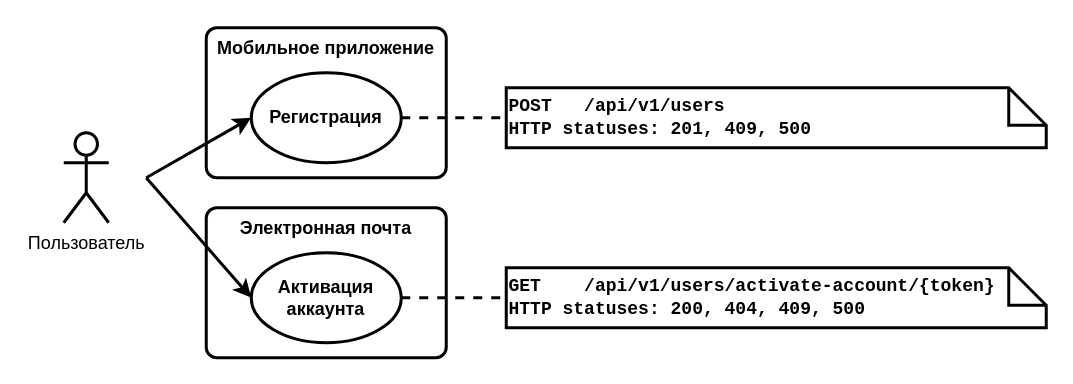
Earlier version of the draw.io diagram sources/images/UML/UML_precedent_registration.drawio (Pavel-Innokentevich-Galanin/dp_report). Source tidied: cells renumbered, new cells numbered last; positions are measured from the earlier drawing's top-left corner, leaving out a move shared by most shapes. Both pictures are drawn from the tidied source at 150%, with x=0, y=0 at pixel (26, 27).
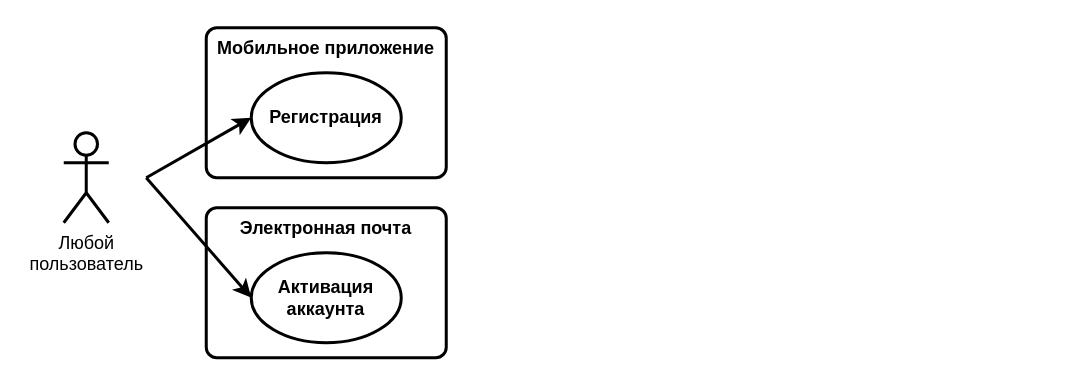
The same diagram, later.

Change to the diagram source:
```diff
@@
 <mxGraphModel>
   <root>
     <mxCell id="0" />
     <mxCell id="1" parent="0" />
     <mxCell id="2" style="html=1;whiteSpace=wrap;fillColor=none;strokeColor=none;" parent="1" vertex="1">
       <mxGeometry y="40" width="80" height="120" as="geometry" />
     </mxCell>
-    <mxCell id="3" value="Пользователь" style="shape=umlActor;verticalLabelPosition=bottom;verticalAlign=top;html=1;strokeWidth=2;" parent="1" vertex="1">
+    <mxCell id="3" value="Любой&lt;br&gt;пользователь" style="shape=umlActor;verticalLabelPosition=bottom;verticalAlign=top;html=1;strokeWidth=2;" parent="1" vertex="1">
       <mxGeometry x="25" y="70" width="30" height="60" as="geometry" />
     </mxCell>
     <mxCell id="4" value="&lt;b&gt;Мобильное приложение&lt;/b&gt;" style="rounded=1;whiteSpace=wrap;html=1;absoluteArcSize=1;arcSize=14;strokeWidth=2;verticalAlign=top;" parent="1" vertex="1">
       <mxGeometry x="120" width="160" height="100" as="geometry" />
     </mxCell>
-    <mxCell id="5" style="rounded=0;jettySize=auto;html=1;exitX=1;exitY=0.5;exitDx=0;exitDy=0;exitPerimeter=0;entryX=0;entryY=0.5;entryDx=0;entryDy=0;entryPerimeter=0;strokeWidth=2;endArrow=none;endFill=0;dashed=1;" parent="1" edge="1" source="6" target="13">
-      <mxGeometry relative="1" as="geometry" />
-    </mxCell>
     <mxCell id="6" value="Регистрация" style="strokeWidth=2;html=1;shape=mxgraph.flowchart.start_1;whiteSpace=wrap;fontStyle=1;" parent="1" vertex="1">
       <mxGeometry x="150" y="30" width="100" height="60" as="geometry" />
     </mxCell>
     <mxCell id="7" value="&lt;b&gt;Электронная почта&lt;/b&gt;" style="rounded=1;whiteSpace=wrap;html=1;absoluteArcSize=1;arcSize=14;strokeWidth=2;verticalAlign=top;" parent="1" vertex="1">
       <mxGeometry x="120" y="120" width="160" height="100" as="geometry" />
     </mxCell>
-    <mxCell id="8" style="rounded=0;jettySize=auto;html=1;exitX=1;exitY=0.5;exitDx=0;exitDy=0;exitPerimeter=0;entryX=0;entryY=0.5;entryDx=0;entryDy=0;entryPerimeter=0;strokeWidth=2;dashed=1;endArrow=none;endFill=0;" parent="1" edge="1" source="9" target="12">
-      <mxGeometry relative="1" as="geometry" />
-    </mxCell>
     <mxCell id="9" value="Активация аккаунта" style="strokeWidth=2;html=1;shape=mxgraph.flowchart.start_1;whiteSpace=wrap;fontStyle=1;" parent="1" vertex="1">
       <mxGeometry x="150" y="150" width="100" height="60" as="geometry" />
     </mxCell>
     <mxCell id="10" style="rounded=0;jettySize=auto;html=1;exitX=1;exitY=0.5;exitDx=0;exitDy=0;entryX=0;entryY=0.5;entryDx=0;entryDy=0;entryPerimeter=0;strokeWidth=2;" parent="1" edge="1" source="2" target="9">
       <mxGeometry relative="1" as="geometry" />
     </mxCell>
     <mxCell id="11" style="rounded=0;jettySize=auto;html=1;exitX=1;exitY=0.5;exitDx=0;exitDy=0;entryX=0;entryY=0.5;entryDx=0;entryDy=0;entryPerimeter=0;strokeWidth=2;" parent="1" edge="1" source="2" target="6">
       <mxGeometry relative="1" as="geometry" />
     </mxCell>
-    <mxCell id="12" value="GET&amp;nbsp; &amp;nbsp; /api/v1/users/activate-account/{token}&lt;br&gt;HTTP statuses: 200, 404, 409, 500" style="shape=note2;boundedLbl=1;whiteSpace=wrap;html=1;size=25;verticalAlign=middle;align=left;strokeWidth=2;fontFamily=Courier New;fontStyle=1;" parent="1" vertex="1">
-      <mxGeometry x="320" y="160" width="360" height="40" as="geometry" />
-    </mxCell>
-    <mxCell id="13" value="POST&amp;nbsp; &amp;nbsp;/api/v1/users&lt;br&gt;HTTP statuses: 201, 409, 500" style="shape=note2;boundedLbl=1;whiteSpace=wrap;html=1;size=25;verticalAlign=middle;align=left;strokeWidth=2;fontFamily=Courier New;fontStyle=1;" parent="1" vertex="1">
-      <mxGeometry x="320" y="40" width="360" height="40" as="geometry" />
-    </mxCell>
   </root>
 </mxGraphModel>
```
